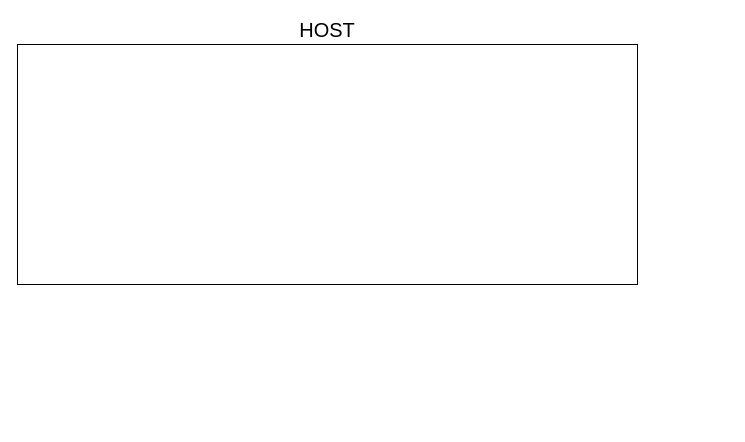
Above: triton/triton_super_app.drawio in mastix/draw.io (draw.io), before the change. Source tidied: cells renumbered, new cells numbered last; positions are measured from the earlier drawing's top-left corner, leaving out a move shared by most shapes. Both pictures are drawn from the tidied source at 100%, with x=0, y=0 at pixel (17, 44).
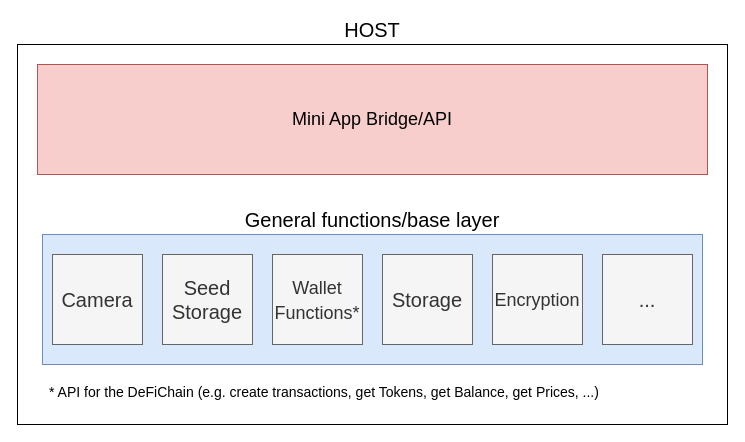
After the change.

Diff of the diagram source:
```diff
@@
 <mxGraphModel>
   <root>
     <mxCell id="0" />
     <mxCell id="1" parent="0" />
     <mxCell id="2" value="&lt;font style=&quot;font-size: 20px&quot;&gt;HOST&lt;/font&gt;" style="rounded=0;whiteSpace=wrap;html=1;glass=0;shadow=0;arcSize=13;align=center;labelPosition=center;verticalLabelPosition=top;verticalAlign=bottom;labelBackgroundColor=none;" parent="1" vertex="1">
-      <mxGeometry width="620" height="240" as="geometry" />
+      <mxGeometry width="710" height="380" as="geometry" />
     </mxCell>
+    <mxCell id="3" value="General functions/base layer" style="rounded=0;whiteSpace=wrap;html=1;shadow=0;glass=0;labelBackgroundColor=none;fontSize=20;labelPosition=center;verticalLabelPosition=top;align=center;verticalAlign=bottom;fillColor=#dae8fc;strokeColor=#6c8ebf;" parent="1" vertex="1">
+      <mxGeometry x="25" y="190" width="660" height="130" as="geometry" />
+    </mxCell>
+    <mxCell id="4" value="Camera" style="whiteSpace=wrap;html=1;rounded=0;shadow=0;glass=0;labelBackgroundColor=none;fontSize=20;align=center;fillColor=#f5f5f5;fontColor=#333333;strokeColor=#666666;" parent="1" vertex="1">
+      <mxGeometry x="35" y="210" width="90" height="90" as="geometry" />
+    </mxCell>
+    <mxCell id="5" value="Seed Storage" style="whiteSpace=wrap;html=1;rounded=0;shadow=0;glass=0;labelBackgroundColor=none;fontSize=20;align=center;fillColor=#f5f5f5;fontColor=#333333;strokeColor=#666666;" parent="1" vertex="1">
+      <mxGeometry x="145" y="210" width="90" height="90" as="geometry" />
+    </mxCell>
+    <mxCell id="6" value="&lt;font style=&quot;font-size: 18px&quot;&gt;Wallet Functions*&lt;/font&gt;" style="whiteSpace=wrap;html=1;rounded=0;shadow=0;glass=0;labelBackgroundColor=none;fontSize=20;align=center;fillColor=#f5f5f5;fontColor=#333333;strokeColor=#666666;" parent="1" vertex="1">
+      <mxGeometry x="255" y="210" width="90" height="90" as="geometry" />
+    </mxCell>
+    <mxCell id="7" value="&lt;font style=&quot;font-size: 20px&quot;&gt;Storage&lt;/font&gt;" style="whiteSpace=wrap;html=1;rounded=0;shadow=0;glass=0;labelBackgroundColor=none;fontSize=20;align=center;fillColor=#f5f5f5;fontColor=#333333;strokeColor=#666666;" parent="1" vertex="1">
+      <mxGeometry x="365" y="210" width="90" height="90" as="geometry" />
+    </mxCell>
+    <mxCell id="8" value="&lt;font style=&quot;font-size: 14px&quot;&gt;* API for the DeFiChain (e.g. create transactions, get Tokens, get Balance, get Prices, ...)&lt;/font&gt;" style="text;html=1;strokeColor=none;fillColor=none;align=left;verticalAlign=middle;whiteSpace=wrap;rounded=0;shadow=0;glass=0;labelBackgroundColor=none;fontSize=20;" parent="1" vertex="1">
+      <mxGeometry x="30" y="330" width="650" height="30" as="geometry" />
+    </mxCell>
+    <mxCell id="9" value="&lt;font style=&quot;font-size: 18px&quot;&gt;Encryption&lt;/font&gt;" style="whiteSpace=wrap;html=1;rounded=0;shadow=0;glass=0;labelBackgroundColor=none;fontSize=20;align=center;fillColor=#f5f5f5;fontColor=#333333;strokeColor=#666666;" parent="1" vertex="1">
+      <mxGeometry x="475" y="210" width="90" height="90" as="geometry" />
+    </mxCell>
+    <mxCell id="10" value="..." style="whiteSpace=wrap;html=1;rounded=0;shadow=0;glass=0;labelBackgroundColor=none;fontSize=20;align=center;fillColor=#f5f5f5;fontColor=#333333;strokeColor=#666666;" parent="1" vertex="1">
+      <mxGeometry x="585" y="210" width="90" height="90" as="geometry" />
+    </mxCell>
+    <mxCell id="11" value="Mini App Bridge/API" style="rounded=0;whiteSpace=wrap;html=1;shadow=0;glass=0;labelBackgroundColor=none;fontSize=18;fillColor=#f8cecc;strokeColor=#b85450;" parent="1" vertex="1">
+      <mxGeometry x="20" y="20" width="670" height="110" as="geometry" />
+    </mxCell>
   </root>
 </mxGraphModel>
```
